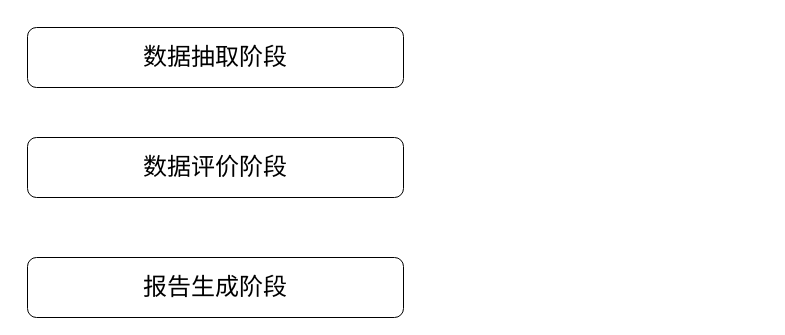
lengyueit/paper_pic keeps this draw.io diagram as data_huijiao.drawio. Above is the earlier version. Source tidied: cells renumbered, new cells numbered last; positions are measured from the earlier drawing's top-left corner, leaving out a move shared by most shapes. Both pictures are drawn from the tidied source at 100%, with x=0, y=0 at pixel (27, 27).
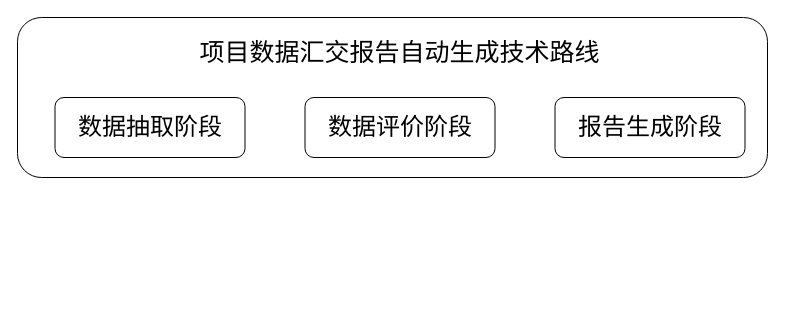
The same diagram, later.

The edit, as a diff of the source:
```diff
@@
 <mxGraphModel>
   <root>
     <mxCell id="0" />
     <mxCell id="1" parent="0" />
+    <mxCell id="5" style="rounded=1;whiteSpace=wrap;html=1;" parent="1" vertex="1">
+      <mxGeometry x="-10" y="-10" width="750" height="160" as="geometry" />
+    </mxCell>
     <mxCell id="2" value="&lt;p style=&quot;margin: 0pt 0pt 0.0001pt; text-align: justify;&quot; class=&quot;MsoNormal&quot;&gt;&lt;font face=&quot;Times New Roman&quot; style=&quot;font-size: 24px;&quot;&gt;数据抽取阶段&lt;/font&gt;&lt;/p&gt;" style="rounded=1;whiteSpace=wrap;html=1;" parent="1" vertex="1">
-      <mxGeometry width="376" height="60" as="geometry" />
+      <mxGeometry x="27.5" y="70" width="190" height="60" as="geometry" />
     </mxCell>
     <mxCell id="3" value="&lt;p style=&quot;margin: 0pt 0pt 0.0001pt; text-align: justify;&quot; class=&quot;MsoNormal&quot;&gt;&lt;font face=&quot;Times New Roman&quot; style=&quot;font-size: 24px;&quot;&gt;数据评价阶段&lt;/font&gt;&lt;/p&gt;" style="rounded=1;whiteSpace=wrap;html=1;" parent="1" vertex="1">
-      <mxGeometry y="110" width="376" height="60" as="geometry" />
+      <mxGeometry x="277.5" y="70" width="190" height="60" as="geometry" />
     </mxCell>
     <mxCell id="4" value="&lt;p style=&quot;margin: 0pt 0pt 0.0001pt; text-align: justify;&quot; class=&quot;MsoNormal&quot;&gt;&lt;font face=&quot;Times New Roman&quot; style=&quot;font-size: 24px;&quot;&gt;报告生成阶段&lt;/font&gt;&lt;/p&gt;" style="rounded=1;whiteSpace=wrap;html=1;" parent="1" vertex="1">
-      <mxGeometry y="230" width="376" height="60" as="geometry" />
+      <mxGeometry x="527.5" y="70" width="190" height="60" as="geometry" />
     </mxCell>
+    <mxCell id="6" value="&lt;p style=&quot;margin: 0pt 0pt 0.0001pt; text-align: justify; font-size: 25px;&quot; class=&quot;MsoNormal&quot;&gt;&lt;font style=&quot;font-size: 25px;&quot; face=&quot;Times New Roman&quot;&gt;项目数据汇交报告自动生成&lt;font style=&quot;font-size: 25px;&quot;&gt;技术路线&lt;/font&gt;&lt;/font&gt;&lt;/p&gt;" style="text;html=1;align=center;verticalAlign=middle;whiteSpace=wrap;rounded=0;" parent="1" vertex="1">
+      <mxGeometry x="90" y="10" width="565" height="30" as="geometry" />
+    </mxCell>
   </root>
 </mxGraphModel>
```
